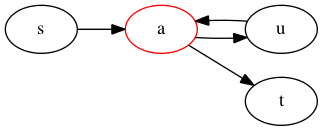
epfl-projects/aa-exercises keeps this Graphviz diagram as assignment-6/figures/3-4-graph.png. Above is the earlier version. Its source is kept beside it as assignment-6/figures/3-4-graph.dot. The source it was exported from:
```dot
digraph G {
  rankdir=LR;
  s;
  t;
  u;
  a [color=red];
  s -> a;
  a -> u;
  u -> a;
  a -> t;
}
```
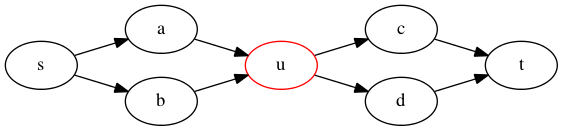
The same file after the commit.

What changed in the source:
```diff
@@ -1,11 +1,18 @@
 digraph G {
   rankdir=LR;
   s;
+  a;
+  b;
+  u [color=red];
+  c;
+  d;
   t;
-  u;
-  a [color=red];
   s -> a;
+  s -> b;
   a -> u;
-  u -> a;
-  a -> t;
+  b -> u;
+  u -> c;
+  u -> d;
+  c -> t;
+  d -> t;
 }
```
